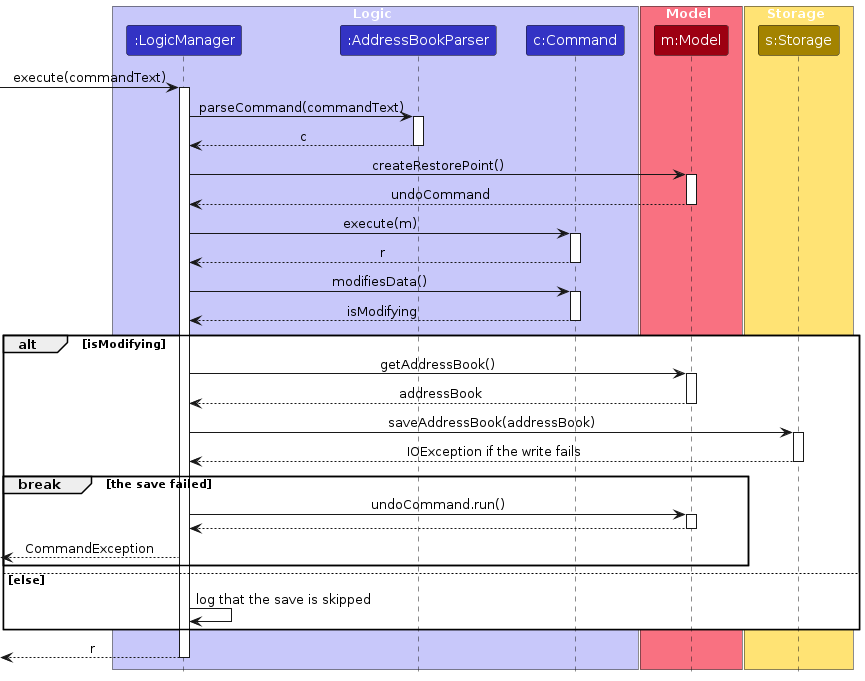
The PlantUML diagram diagrams/SaveSequenceDiagram.png in AY2627S1-CS2103T-T08-1/tp, before a commit. Its source is kept beside it as diagrams/SaveSequenceDiagram.puml.
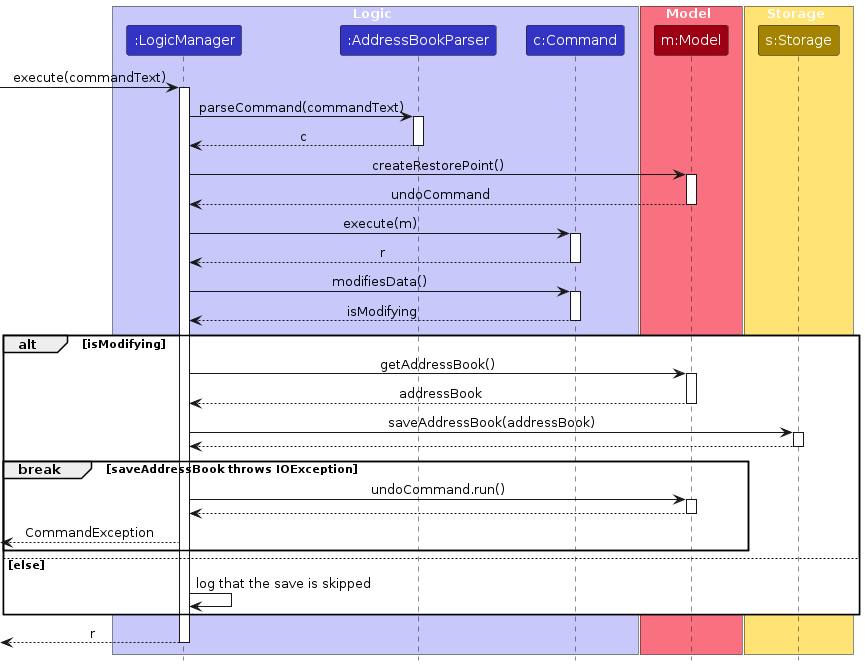
Later version of the same file.

The edit, as a diff of the source:
```diff
@@ -53,10 +53,10 @@
     LogicManager -> Storage : saveAddressBook(addressBook)
     activate Storage
 
-    Storage --> LogicManager : IOException if the write fails
+    Storage --> LogicManager
     deactivate Storage
 
-    break the save failed
+    break saveAddressBook throws IOException
         LogicManager -> Model : undoCommand.run()
         activate Model
 
```
